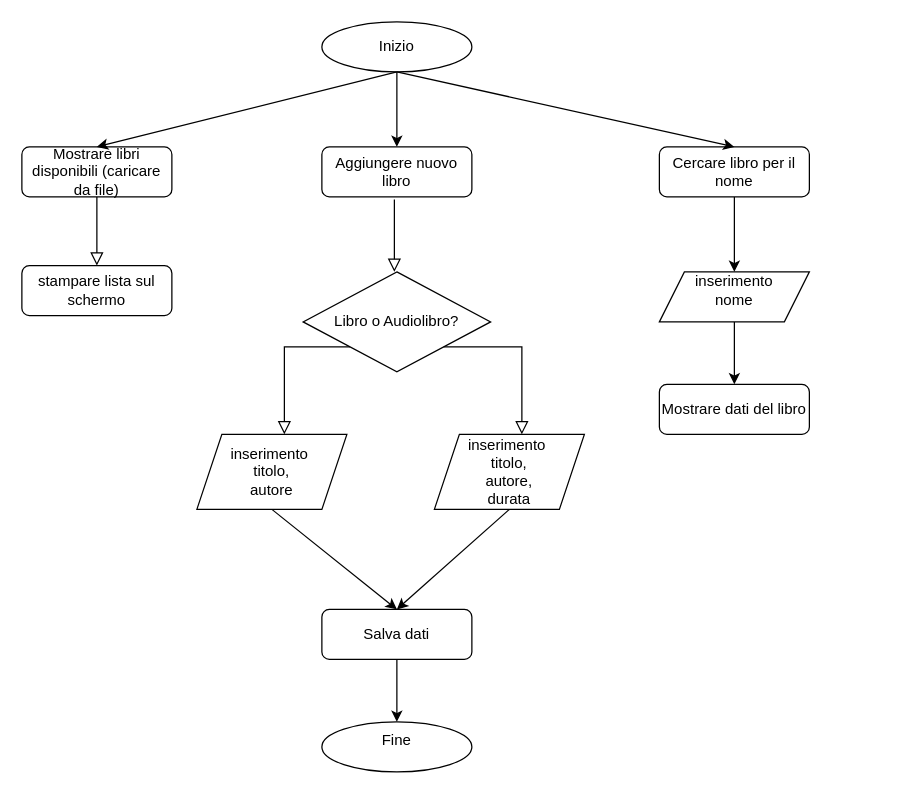
Earlier version of the draw.io diagram Diagramma_biblioteka.drawio (IrynaMe/Biblioteka). Source tidied: cells renumbered, new cells numbered last; positions are measured from the earlier drawing's top-left corner, leaving out a move shared by most shapes. Both pictures are drawn from the tidied source at 125%, with x=0, y=0 at pixel (21, 21).
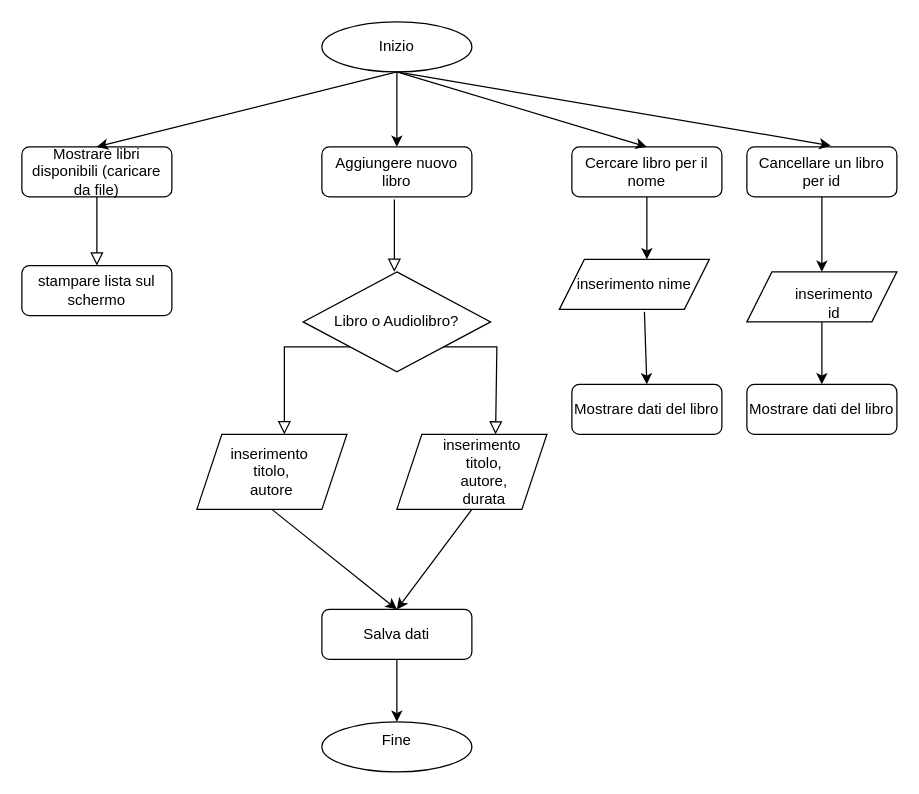
The same page after the edit.

Unchanged cells that the change refers to:
```xml
<mxCell id="7" value="Libro o Audiolibro?" style="rhombus;whiteSpace=wrap;html=1;" parent="1" vertex="1">
  <mxGeometry x="225" y="200" width="150" height="80" as="geometry" />
</mxCell>
```

What changed in the source:
```diff
@@
-    <mxCell id="9" style="rounded=0;html=1;jettySize=auto;fontSize=11;endArrow=block;endFill=0;endSize=8;strokeWidth=1;shadow=0;labelBackgroundColor=none;edgeStyle=orthogonalEdgeStyle;exitX=1;exitY=1;exitDx=0;exitDy=0;" parent="1" edge="1" source="7">
+    <mxCell id="9" style="rounded=0;html=1;jettySize=auto;fontSize=11;endArrow=block;endFill=0;endSize=8;strokeWidth=1;shadow=0;labelBackgroundColor=none;edgeStyle=orthogonalEdgeStyle;exitX=1;exitY=1;exitDx=0;exitDy=0;entryX=0.658;entryY=0;entryDx=0;entryDy=0;entryPerimeter=0;" parent="1" edge="1" source="7" target="28">
       <mxGeometry relative="1" as="geometry">
-        <mxPoint x="400" y="330" as="targetPoint" />
         <Array as="points">
-          <mxPoint x="400" y="260" />
+          <mxPoint x="380" y="260" />
         </Array>
       </mxGeometry>
     </mxCell>
@@
     <mxCell id="20" value="Cercare libro per il nome" style="rounded=1;whiteSpace=wrap;html=1;fontSize=12;glass=0;strokeWidth=1;shadow=0;" parent="1" vertex="1">
-      <mxGeometry x="510" y="100" width="120" height="40" as="geometry" />
+      <mxGeometry x="440" y="100" width="120" height="40" as="geometry" />
     </mxCell>
@@
     <mxCell id="22" style="shape=parallelogram;perimeter=parallelogramPerimeter;whiteSpace=wrap;html=1;fixedSize=1;" parent="1" vertex="1">
-      <mxGeometry x="510" y="200" width="120" height="40" as="geometry" />
+      <mxGeometry x="580" y="200" width="120" height="40" as="geometry" />
     </mxCell>
-    <mxCell id="23" value="inserimento nome" style="text;html=1;align=center;verticalAlign=middle;whiteSpace=wrap;rounded=0;" parent="1" vertex="1">
-      <mxGeometry x="540" y="200" width="60" height="30" as="geometry" />
+    <mxCell id="23" value="inserimento id" style="text;html=1;align=center;verticalAlign=middle;whiteSpace=wrap;rounded=0;" parent="1" vertex="1">
+      <mxGeometry x="620" y="210" width="60" height="30" as="geometry" />
     </mxCell>
     <mxCell id="24" value="Mostrare dati del libro" style="rounded=1;whiteSpace=wrap;html=1;fontSize=12;glass=0;strokeWidth=1;shadow=0;" parent="1" vertex="1">
-      <mxGeometry x="510" y="290" width="120" height="40" as="geometry" />
+      <mxGeometry x="580" y="290" width="120" height="40" as="geometry" />
     </mxCell>
-    <mxCell id="25" style="endArrow=classic;html=1;rounded=0;exitX=0.5;exitY=1;exitDx=0;exitDy=0;entryX=0.5;entryY=0;entryDx=0;entryDy=0;" parent="1" edge="1" source="20" target="23">
-      <mxGeometry relative="1" as="geometry" />
-    </mxCell>
@@
     <mxCell id="28" style="shape=parallelogram;perimeter=parallelogramPerimeter;whiteSpace=wrap;html=1;fixedSize=1;" parent="1" vertex="1">
-      <mxGeometry x="330" y="330" width="120" height="60" as="geometry" />
+      <mxGeometry x="300" y="330" width="120" height="60" as="geometry" />
     </mxCell>
@@
     <mxCell id="30" value="inserimento&amp;nbsp; titolo, autore, durata" style="text;html=1;align=center;verticalAlign=middle;whiteSpace=wrap;rounded=0;" parent="1" vertex="1">
-      <mxGeometry x="360" y="347.5" width="60" height="25" as="geometry" />
+      <mxGeometry x="340" y="347.5" width="60" height="25" as="geometry" />
     </mxCell>
+    <mxCell id="31" value="Cancellare un libro per id" style="rounded=1;whiteSpace=wrap;html=1;fontSize=12;glass=0;strokeWidth=1;shadow=0;" parent="1" vertex="1">
+      <mxGeometry x="580" y="100" width="120" height="40" as="geometry" />
+    </mxCell>
+    <mxCell id="32" style="endArrow=classic;html=1;rounded=0;entryX=0.5;entryY=0;entryDx=0;entryDy=0;" parent="1" edge="1" source="31" target="22">
+      <mxGeometry relative="1" as="geometry" />
+    </mxCell>
+    <mxCell id="33" style="endArrow=classic;html=1;rounded=0;exitX=0.5;exitY=1;exitDx=0;exitDy=0;" parent="1" edge="1" source="20">
+      <mxGeometry relative="1" as="geometry">
+        <mxPoint x="500" y="190" as="targetPoint" />
+      </mxGeometry>
+    </mxCell>
+    <mxCell id="34" value="inserimento nime" style="shape=parallelogram;perimeter=parallelogramPerimeter;whiteSpace=wrap;html=1;fixedSize=1;" parent="1" vertex="1">
+      <mxGeometry x="430" y="190" width="120" height="40" as="geometry" />
+    </mxCell>
+    <mxCell id="35" style="endArrow=classic;html=1;rounded=0;exitX=0.567;exitY=1.05;exitDx=0;exitDy=0;exitPerimeter=0;" parent="1" edge="1" source="34">
+      <mxGeometry relative="1" as="geometry">
+        <mxPoint x="500" y="290" as="targetPoint" />
+      </mxGeometry>
+    </mxCell>
+    <mxCell id="36" value="Mostrare dati del libro" style="rounded=1;whiteSpace=wrap;html=1;fontSize=12;glass=0;strokeWidth=1;shadow=0;" parent="1" vertex="1">
+      <mxGeometry x="440" y="290" width="120" height="40" as="geometry" />
+    </mxCell>
+    <mxCell id="37" style="endArrow=classic;html=1;rounded=0;entryX=0.558;entryY=-0.025;entryDx=0;entryDy=0;entryPerimeter=0;" parent="1" edge="1" target="31">
+      <mxGeometry relative="1" as="geometry">
+        <mxPoint x="300" y="40" as="sourcePoint" />
+      </mxGeometry>
+    </mxCell>
```
